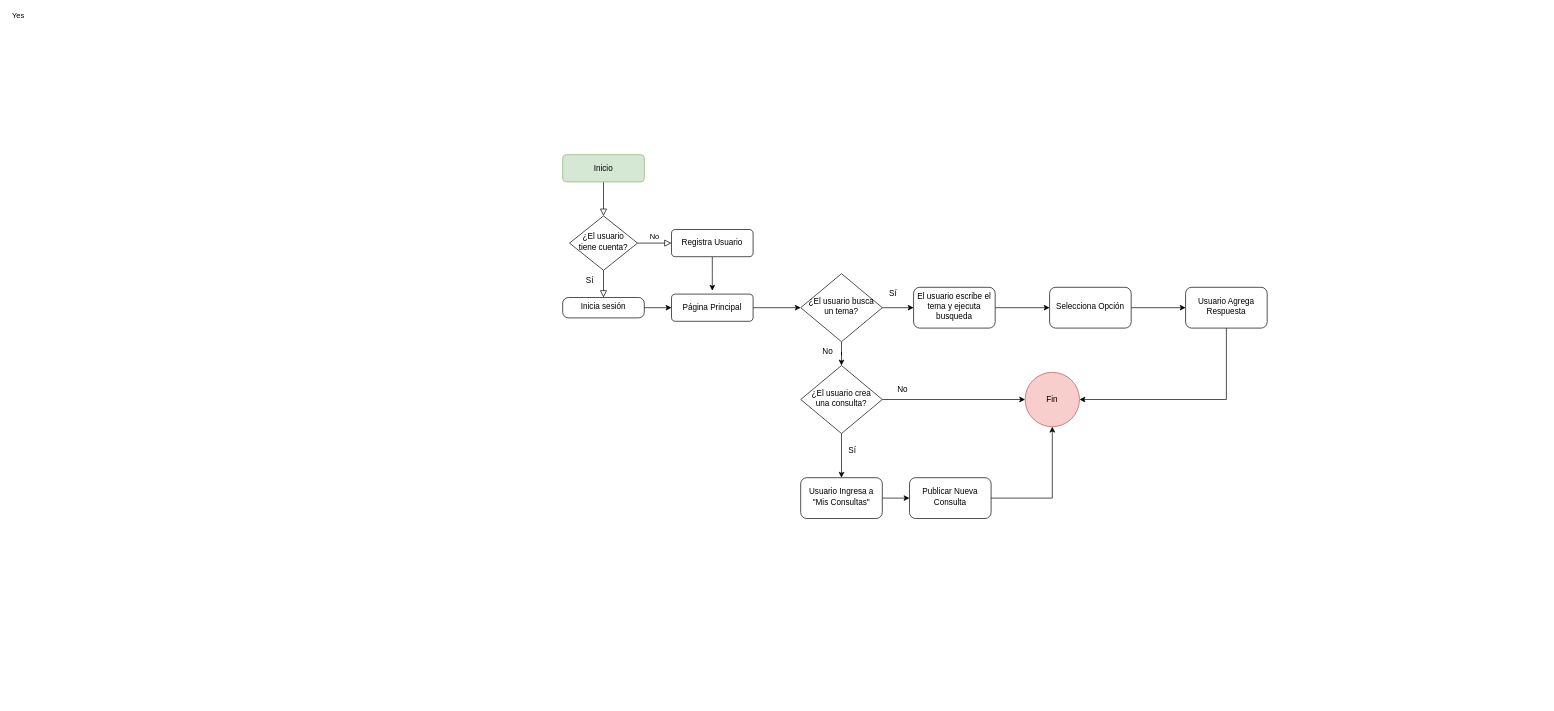
Earlier version of the draw.io diagram Diagrama sin título.drawio (ELENAHCH18/Proyecto_Colabora). Source tidied: cells renumbered, new cells numbered last; positions are measured from the earlier drawing's top-left corner, leaving out a move shared by most shapes. Both pictures are drawn from the tidied source at 68%, with x=0, y=0 at pixel (562, 154).
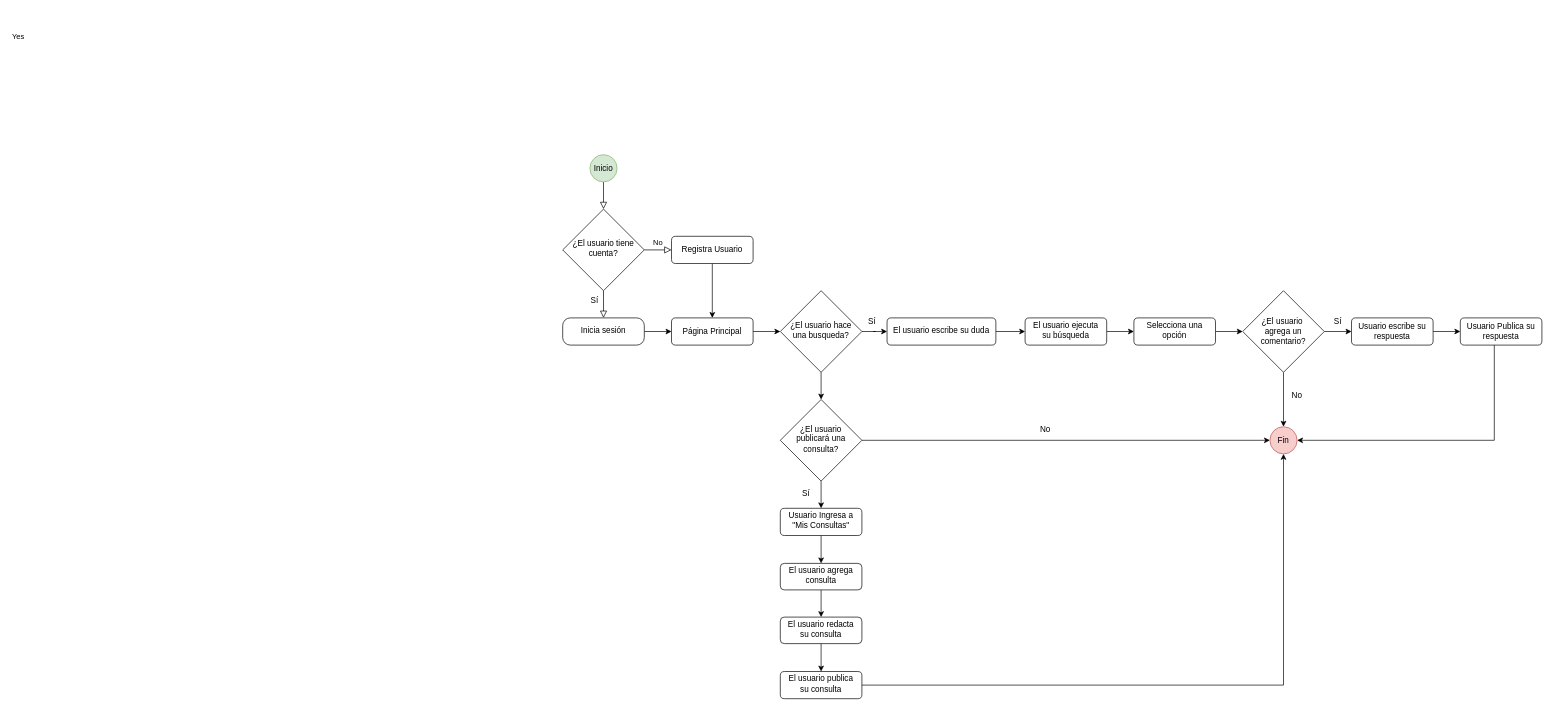
The same diagram, later.

The edit, as a diff of the source:
```diff
@@
-    <mxCell id="2" style="rounded=0;html=1;jettySize=auto;fontSize=11;endArrow=block;endFill=0;endSize=8;strokeWidth=1;shadow=0;labelBackgroundColor=none;edgeStyle=orthogonalEdgeStyle;" parent="1" edge="1" source="3" target="6">
+    <mxCell id="2" style="rounded=0;html=1;jettySize=auto;fontSize=11;endArrow=block;endFill=0;endSize=8;strokeWidth=1;shadow=0;labelBackgroundColor=none;edgeStyle=orthogonalEdgeStyle;exitX=0.5;exitY=1;exitDx=0;exitDy=0;" parent="1" edge="1" source="3" target="6">
       <mxGeometry relative="1" as="geometry" />
     </mxCell>
-    <mxCell id="3" value="Inicio" style="rounded=1;whiteSpace=wrap;html=1;fontSize=12;glass=0;strokeWidth=1;shadow=0;fillColor=#d5e8d4;strokeColor=#82b366;" parent="1" vertex="1">
-      <mxGeometry width="120" height="40" as="geometry" />
-    </mxCell>
@@
     <mxCell id="6" value="¿El usuario tiene cuenta?" style="rhombus;whiteSpace=wrap;html=1;shadow=0;fontFamily=Helvetica;fontSize=12;align=center;strokeWidth=1;spacing=6;spacingTop=-4;" parent="1" vertex="1">
-      <mxGeometry x="10" y="90" width="100" height="80" as="geometry" />
+      <mxGeometry y="80" width="120" height="120" as="geometry" />
     </mxCell>
-    <mxCell id="7" style="edgeStyle=orthogonalEdgeStyle;rounded=0;jettySize=auto;html=1;" parent="1" edge="1" source="8">
-      <mxGeometry relative="1" as="geometry">
-        <mxPoint x="220" y="200" as="targetPoint" />
-      </mxGeometry>
+    <mxCell id="7" style="edgeStyle=orthogonalEdgeStyle;rounded=0;jettySize=auto;html=1;entryX=0.5;entryY=0;entryDx=0;entryDy=0;" parent="1" edge="1" source="8" target="10">
+      <mxGeometry relative="1" as="geometry" />
     </mxCell>
     <mxCell id="8" value="Registra Usuario" style="rounded=1;whiteSpace=wrap;html=1;fontSize=12;glass=0;strokeWidth=1;shadow=0;" parent="1" vertex="1">
-      <mxGeometry x="160" y="110" width="120" height="40" as="geometry" />
+      <mxGeometry x="160" y="120" width="120" height="40" as="geometry" />
     </mxCell>
@@
     <mxCell id="10" value="Página Principal" style="rounded=1;whiteSpace=wrap;html=1;fontSize=12;glass=0;strokeWidth=1;shadow=0;" parent="1" vertex="1">
-      <mxGeometry x="160" y="205" width="120" height="40" as="geometry" />
+      <mxGeometry x="160" y="240" width="120" height="40" as="geometry" />
     </mxCell>
@@
     <mxCell id="12" value="Inicia sesión" style="rounded=1;whiteSpace=wrap;html=1;shadow=0;strokeWidth=1;spacing=6;spacingTop=-4;arcSize=28;" parent="1" vertex="1">
-      <mxGeometry y="210" width="120" height="30" as="geometry" />
+      <mxGeometry y="240" width="120" height="40" as="geometry" />
     </mxCell>
     <mxCell id="13" value="Sí" style="text;html=1;align=center;verticalAlign=middle;whiteSpace=wrap;rounded=0;" parent="1" vertex="1">
-      <mxGeometry x="10" y="170" width="60" height="30" as="geometry" />
+      <mxGeometry x="17" y="200" width="60" height="30" as="geometry" />
     </mxCell>
@@
-    <mxCell id="16" value="¿El usuario crea una consulta?" style="rhombus;whiteSpace=wrap;html=1;shadow=0;fontFamily=Helvetica;fontSize=12;align=center;strokeWidth=1;spacing=6;spacingTop=-4;" parent="1" vertex="1">
-      <mxGeometry x="350" y="310" width="120" height="100" as="geometry" />
+    <mxCell id="16" value="¿El usuario&lt;div&gt;publicará una&lt;/div&gt;&lt;div&gt;consulta?&lt;/div&gt;" style="rhombus;whiteSpace=wrap;html=1;shadow=0;fontFamily=Helvetica;fontSize=12;align=center;strokeWidth=1;spacing=6;spacingTop=-4;" parent="1" vertex="1">
+      <mxGeometry x="320" y="360" width="120" height="120" as="geometry" />
     </mxCell>
@@
-    <mxCell id="19" value="¿El usuario busca un tema?" style="rhombus;whiteSpace=wrap;html=1;shadow=0;fontFamily=Helvetica;fontSize=12;align=center;strokeWidth=1;spacing=6;spacingTop=-4;" parent="1" vertex="1">
-      <mxGeometry x="350" y="175" width="120" height="100" as="geometry" />
+    <mxCell id="19" value="¿El usuario hace una busqueda?" style="rhombus;whiteSpace=wrap;html=1;shadow=0;fontFamily=Helvetica;fontSize=12;align=center;strokeWidth=1;spacing=6;spacingTop=-4;" parent="1" vertex="1">
+      <mxGeometry x="320" y="200" width="120" height="120" as="geometry" />
     </mxCell>
-    <mxCell id="20" style="edgeStyle=orthogonalEdgeStyle;rounded=0;jettySize=auto;html=1;" parent="1" edge="1" source="21" target="23">
+    <mxCell id="20" style="edgeStyle=orthogonalEdgeStyle;rounded=0;jettySize=auto;html=1;entryX=0;entryY=0.5;entryDx=0;entryDy=0;exitX=1;exitY=0.5;exitDx=0;exitDy=0;" parent="1" edge="1" source="21" target="46">
       <mxGeometry relative="1" as="geometry" />
     </mxCell>
-    <mxCell id="21" value="El usuario escribe el tema y ejecuta busqueda" style="rounded=1;whiteSpace=wrap;html=1;shadow=0;strokeWidth=1;spacing=6;spacingTop=-4;" parent="1" vertex="1">
-      <mxGeometry x="516" y="195" width="120" height="60" as="geometry" />
+    <mxCell id="21" value="El usuario escribe su duda" style="rounded=1;whiteSpace=wrap;html=1;shadow=0;strokeWidth=1;spacing=6;spacingTop=-4;" parent="1" vertex="1">
+      <mxGeometry x="477" y="240" width="160" height="40" as="geometry" />
     </mxCell>
-    <mxCell id="22" style="edgeStyle=orthogonalEdgeStyle;rounded=0;jettySize=auto;html=1;" parent="1" edge="1" source="23" target="25">
-      <mxGeometry relative="1" as="geometry" />
-    </mxCell>
+    <mxCell id="35" style="edgeStyle=orthogonalEdgeStyle;rounded=0;jettySize=auto;html=1;" parent="1" edge="1" source="23" target="39">
+      <mxGeometry relative="1" as="geometry" />
+    </mxCell>
-    <mxCell id="23" value="Selecciona Opción" style="rounded=1;whiteSpace=wrap;html=1;shadow=0;strokeWidth=1;spacing=6;spacingTop=-4;" parent="1" vertex="1">
-      <mxGeometry x="716" y="195" width="120" height="60" as="geometry" />
+    <mxCell id="23" value="Selecciona una opción" style="rounded=1;whiteSpace=wrap;html=1;shadow=0;strokeWidth=1;spacing=6;spacingTop=-4;" parent="1" vertex="1">
+      <mxGeometry x="840" y="240" width="120" height="40" as="geometry" />
     </mxCell>
-    <mxCell id="24" style="edgeStyle=orthogonalEdgeStyle;rounded=0;jettySize=auto;html=1;entryX=1;entryY=0.5;entryDx=0;entryDy=0;" parent="1" edge="1" source="25" target="32">
-      <mxGeometry relative="1" as="geometry">
-        <Array as="points">
-          <mxPoint x="976" y="360" />
-        </Array>
-      </mxGeometry>
-    </mxCell>
-    <mxCell id="25" value="Usuario Agrega Respuesta" style="whiteSpace=wrap;html=1;rounded=1;shadow=0;strokeWidth=1;spacing=6;spacingTop=-4;" parent="1" vertex="1">
-      <mxGeometry x="916" y="195" width="120" height="60" as="geometry" />
-    </mxCell>
-    <mxCell id="26" style="edgeStyle=orthogonalEdgeStyle;rounded=0;jettySize=auto;html=1;" parent="1" edge="1" source="27" target="31">
+    <mxCell id="26" style="edgeStyle=orthogonalEdgeStyle;rounded=0;jettySize=auto;html=1;exitX=0.5;exitY=1;exitDx=0;exitDy=0;" parent="1" edge="1" source="27" target="31">
       <mxGeometry relative="1" as="geometry" />
     </mxCell>
     <mxCell id="27" value="Usuario Ingresa a &quot;Mis Consultas&quot;" style="rounded=1;whiteSpace=wrap;html=1;shadow=0;strokeWidth=1;spacing=6;spacingTop=-4;" parent="1" vertex="1">
-      <mxGeometry x="350" y="475" width="120" height="60" as="geometry" />
+      <mxGeometry x="320" y="520" width="120" height="40" as="geometry" />
     </mxCell>
     <mxCell id="28" value="Sí" style="text;html=1;align=center;verticalAlign=middle;whiteSpace=wrap;rounded=0;" parent="1" vertex="1">
-      <mxGeometry x="396" y="420" width="60" height="30" as="geometry" />
+      <mxGeometry x="328" y="484" width="60" height="30" as="geometry" />
     </mxCell>
     <mxCell id="29" value="Sí" style="text;html=1;align=center;verticalAlign=middle;whiteSpace=wrap;rounded=0;" parent="1" vertex="1">
-      <mxGeometry x="456" y="190" width="60" height="30" as="geometry" />
+      <mxGeometry x="425" y="230" width="60" height="30" as="geometry" />
     </mxCell>
-    <mxCell id="30" style="edgeStyle=orthogonalEdgeStyle;rounded=0;jettySize=auto;html=1;entryX=0.5;entryY=1;entryDx=0;entryDy=0;" parent="1" edge="1" source="31" target="32">
-      <mxGeometry relative="1" as="geometry" />
-    </mxCell>
+    <mxCell id="36" style="edgeStyle=orthogonalEdgeStyle;rounded=0;jettySize=auto;html=1;" parent="1" edge="1" source="31" target="50">
+      <mxGeometry relative="1" as="geometry" />
+    </mxCell>
-    <mxCell id="31" value="Publicar Nueva Consulta" style="whiteSpace=wrap;html=1;rounded=1;shadow=0;strokeWidth=1;spacing=6;spacingTop=-4;" parent="1" vertex="1">
-      <mxGeometry x="510" y="475" width="120" height="60" as="geometry" />
+    <mxCell id="31" value="El usuario agrega consulta" style="whiteSpace=wrap;html=1;rounded=1;shadow=0;strokeWidth=1;spacing=6;spacingTop=-4;" parent="1" vertex="1">
+      <mxGeometry x="320" y="601" width="120" height="39" as="geometry" />
     </mxCell>
     <mxCell id="32" value="Fin" style="ellipse;whiteSpace=wrap;html=1;fillColor=#f8cecc;strokeColor=#b85450;" parent="1" vertex="1">
-      <mxGeometry x="680" y="320" width="80" height="80" as="geometry" />
+      <mxGeometry x="1040" y="400" width="40" height="40" as="geometry" />
     </mxCell>
-    <mxCell id="33" value="No" style="text;html=1;align=center;verticalAlign=middle;whiteSpace=wrap;rounded=0;" parent="1" vertex="1">
-      <mxGeometry x="360" y="275" width="60" height="30" as="geometry" />
+    <mxCell id="33" value="Sí" style="text;html=1;align=center;verticalAlign=middle;whiteSpace=wrap;rounded=0;" parent="1" vertex="1">
+      <mxGeometry x="1110" y="230" width="60" height="30" as="geometry" />
     </mxCell>
     <mxCell id="34" value="No" style="text;html=1;align=center;verticalAlign=middle;whiteSpace=wrap;rounded=0;" parent="1" vertex="1">
-      <mxGeometry x="470" y="330" width="60" height="30" as="geometry" />
+      <mxGeometry x="680" y="390" width="60" height="30" as="geometry" />
     </mxCell>
+    <mxCell id="3" value="Inicio" style="ellipse;whiteSpace=wrap;html=1;fillColor=#d5e8d4;strokeColor=#82b366;" parent="1" vertex="1">
+      <mxGeometry x="40" width="40" height="40" as="geometry" />
+    </mxCell>
+    <mxCell id="37" style="edgeStyle=orthogonalEdgeStyle;rounded=0;jettySize=auto;html=1;" parent="1" edge="1" source="39" target="42">
+      <mxGeometry relative="1" as="geometry" />
+    </mxCell>
+    <mxCell id="38" style="edgeStyle=orthogonalEdgeStyle;rounded=0;jettySize=auto;html=1;" parent="1" edge="1" source="39" target="32">
+      <mxGeometry relative="1" as="geometry" />
+    </mxCell>
+    <mxCell id="39" value="¿El usuario&amp;nbsp;&lt;div&gt;agrega un comentario?&lt;/div&gt;" style="rhombus;whiteSpace=wrap;html=1;" parent="1" vertex="1">
+      <mxGeometry x="1000" y="200" width="120" height="120" as="geometry" />
+    </mxCell>
+    <mxCell id="40" value="No" style="text;html=1;align=center;verticalAlign=middle;whiteSpace=wrap;rounded=0;" parent="1" vertex="1">
+      <mxGeometry x="1050" y="340" width="60" height="30" as="geometry" />
+    </mxCell>
+    <mxCell id="41" style="edgeStyle=orthogonalEdgeStyle;rounded=0;jettySize=auto;html=1;" parent="1" edge="1" source="42" target="44">
+      <mxGeometry relative="1" as="geometry" />
+    </mxCell>
+    <mxCell id="42" value="Usuario escribe su respuesta" style="rounded=1;whiteSpace=wrap;html=1;" parent="1" vertex="1">
+      <mxGeometry x="1160" y="240" width="120" height="40" as="geometry" />
+    </mxCell>
+    <mxCell id="43" style="edgeStyle=orthogonalEdgeStyle;rounded=0;jettySize=auto;html=1;entryX=1;entryY=0.5;entryDx=0;entryDy=0;" parent="1" edge="1" source="44" target="32">
+      <mxGeometry relative="1" as="geometry">
+        <Array as="points">
+          <mxPoint x="1370" y="420" />
+        </Array>
+      </mxGeometry>
+    </mxCell>
+    <mxCell id="44" value="Usuario Publica su respuesta" style="rounded=1;whiteSpace=wrap;html=1;" parent="1" vertex="1">
+      <mxGeometry x="1320" y="240" width="120" height="40" as="geometry" />
+    </mxCell>
+    <mxCell id="45" style="edgeStyle=orthogonalEdgeStyle;rounded=0;jettySize=auto;html=1;" parent="1" edge="1" source="46" target="23">
+      <mxGeometry relative="1" as="geometry" />
+    </mxCell>
+    <mxCell id="46" value="El usuario ejecuta su búsqueda" style="rounded=1;whiteSpace=wrap;html=1;shadow=0;strokeWidth=1;spacing=6;spacingTop=-4;" parent="1" vertex="1">
+      <mxGeometry x="680" y="240" width="120" height="40" as="geometry" />
+    </mxCell>
+    <mxCell id="47" style="edgeStyle=orthogonalEdgeStyle;rounded=0;jettySize=auto;html=1;entryX=0.5;entryY=1;entryDx=0;entryDy=0;" parent="1" edge="1" source="48" target="32">
+      <mxGeometry relative="1" as="geometry" />
+    </mxCell>
+    <mxCell id="48" value="El usuario publica su consulta" style="whiteSpace=wrap;html=1;rounded=1;shadow=0;strokeWidth=1;spacing=6;spacingTop=-4;" parent="1" vertex="1">
+      <mxGeometry x="320" y="760" width="120" height="40" as="geometry" />
+    </mxCell>
+    <mxCell id="49" style="edgeStyle=orthogonalEdgeStyle;rounded=0;jettySize=auto;html=1;" parent="1" edge="1" source="50" target="48">
+      <mxGeometry relative="1" as="geometry" />
+    </mxCell>
+    <mxCell id="50" value="El usuario redacta su consulta" style="whiteSpace=wrap;html=1;rounded=1;shadow=0;strokeWidth=1;spacing=6;spacingTop=-4;" parent="1" vertex="1">
+      <mxGeometry x="320" y="680" width="120" height="39" as="geometry" />
+    </mxCell>
```
